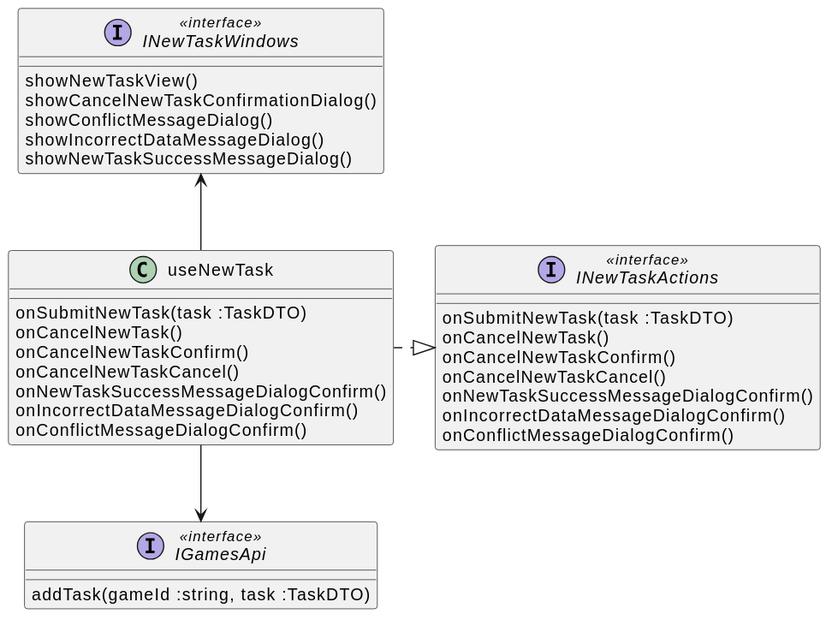
Igor-Ochocki/POP-2026Z keeps this PlantUML diagram as diagrams/frontend/rendered/new-task-presenter.svg. Above is the earlier version.
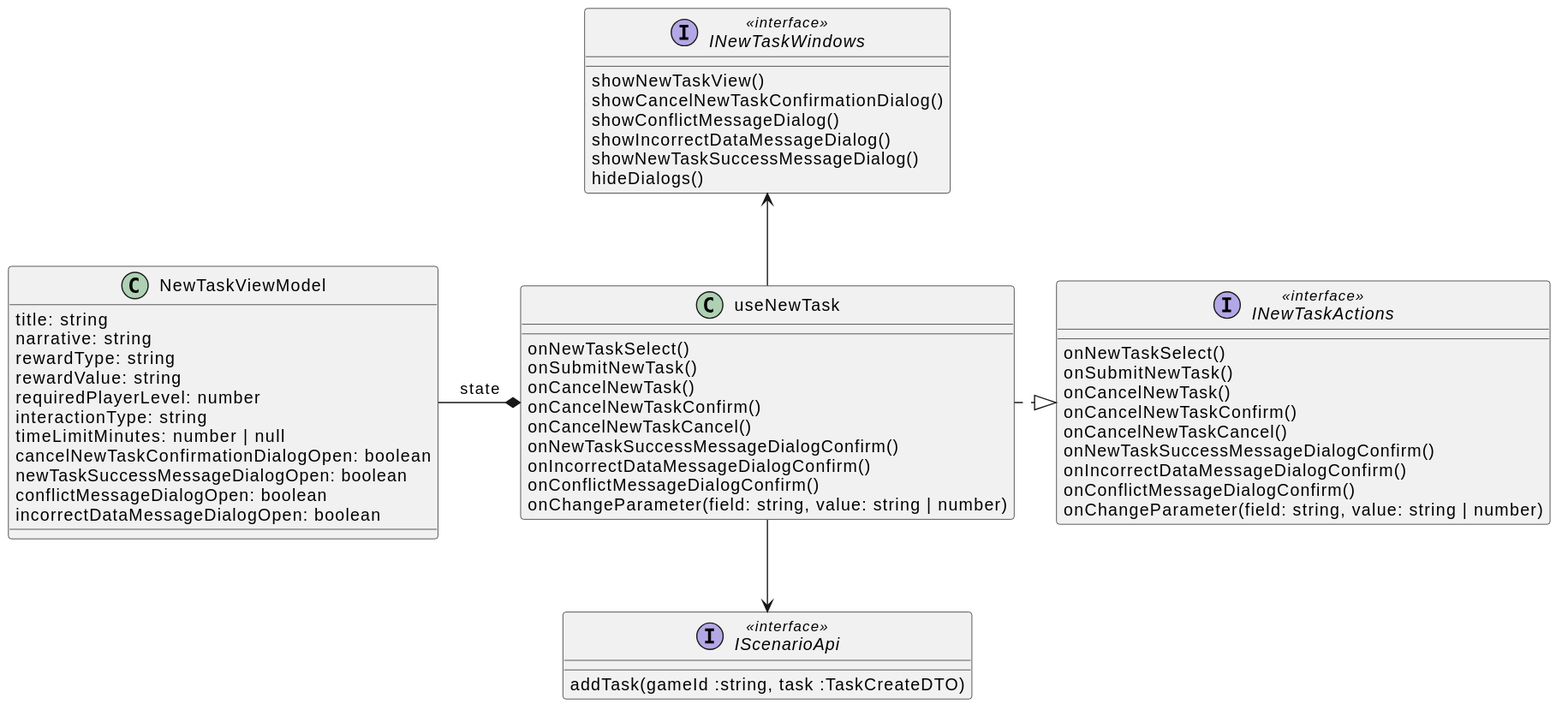
Above is the later version.

Change to the diagram source:
```diff
@@ -1,31 +1,35 @@
 @startuml
 class useNewTask {
-    onSubmitNewTask(task :TaskDTO)
+    onNewTaskSelect()
+    onSubmitNewTask()
     onCancelNewTask()
     onCancelNewTaskConfirm()
     onCancelNewTaskCancel()
     onNewTaskSuccessMessageDialogConfirm()
     onIncorrectDataMessageDialogConfirm()
     onConflictMessageDialogConfirm()
+    onChangeParameter(field: string, value: string | number)
 }
 
 interface INewTaskActions <<interface>> {
-    onSubmitNewTask(task :TaskDTO)
+    onNewTaskSelect()
+    onSubmitNewTask()
     onCancelNewTask()
     onCancelNewTaskConfirm()
     onCancelNewTaskCancel()
     onNewTaskSuccessMessageDialogConfirm()
     onIncorrectDataMessageDialogConfirm()
     onConflictMessageDialogConfirm()
+    onChangeParameter(field: string, value: string | number)
 }
 
 useNewTask .|> INewTaskActions
 
-useNewTask --> IGamesApi
+useNewTask --> IScenarioApi
 useNewTask -u-> INewTaskWindows
 
-interface IGamesApi <<interface>> {
-    addTask(gameId :string, task :TaskDTO)
+interface IScenarioApi <<interface>> {
+    addTask(gameId :string, task :TaskCreateDTO)
 }
 
 interface INewTaskWindows <<interface>> {
@@ -34,5 +38,22 @@
     showConflictMessageDialog()
     showIncorrectDataMessageDialog()
     showNewTaskSuccessMessageDialog()
+    hideDialogs()
 }
+
+class NewTaskViewModel {
+    title: string
+    narrative: string
+    rewardType: string
+    rewardValue: string
+    requiredPlayerLevel: number
+    interactionType: string
+    timeLimitMinutes: number | null
+    cancelNewTaskConfirmationDialogOpen: boolean
+    newTaskSuccessMessageDialogOpen: boolean
+    conflictMessageDialogOpen: boolean
+    incorrectDataMessageDialogOpen: boolean
+}
+
+useNewTask *-l- NewTaskViewModel :state
 @enduml
```
